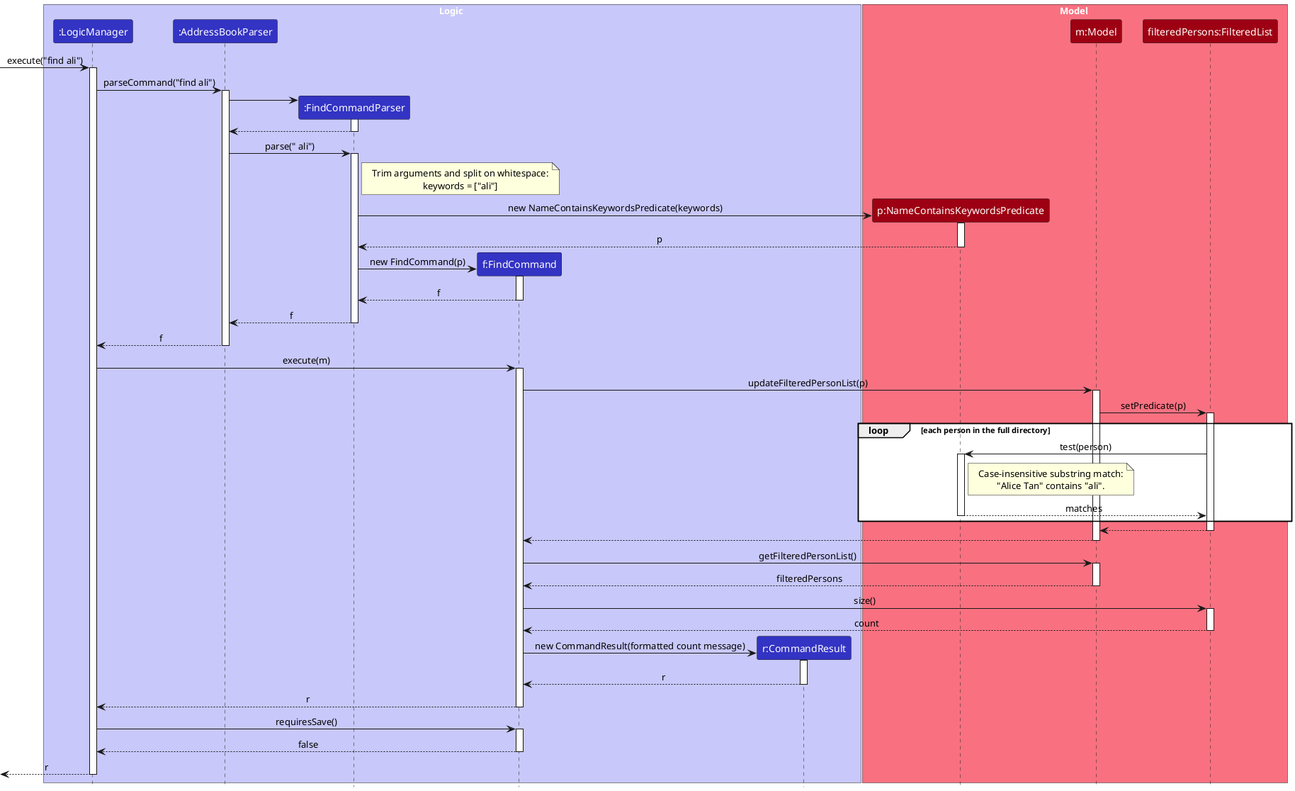
Before: docs/images/FindSequenceDiagram.png, a diagram exported from PlantUML (AY2627S1-CS2103T-T10-3/tp).
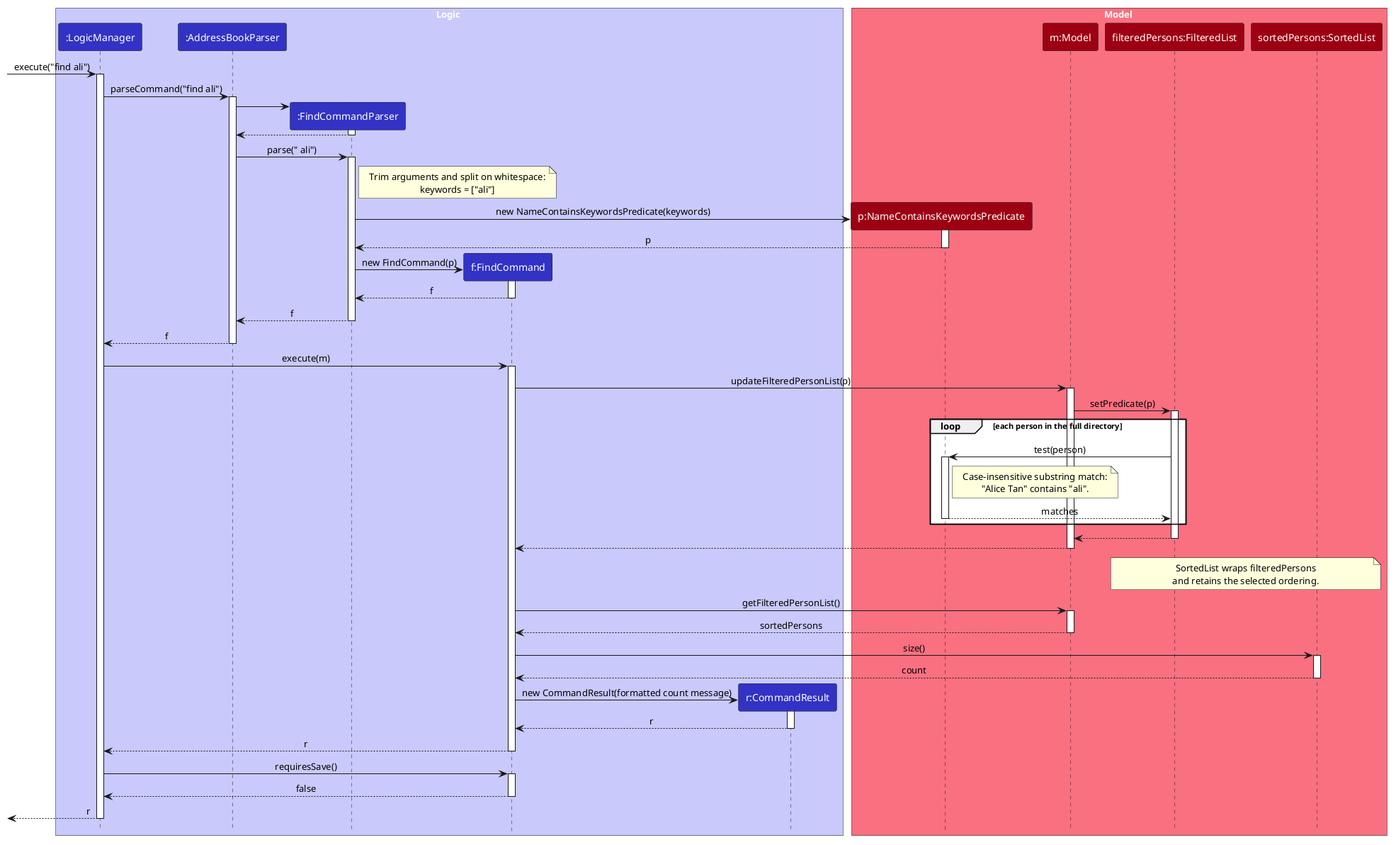
The same diagram one commit later.

Commit message:
Correct displayed list types in DG diagrams

What changed in the source:
```diff
@@ -14,6 +14,7 @@
 participant "p:NameContainsKeywordsPredicate" as Predicate MODEL_COLOR
 participant "m:Model" as Model MODEL_COLOR
 participant "filteredPersons:FilteredList" as FilteredList MODEL_COLOR
+participant "sortedPersons:SortedList" as SortedList MODEL_COLOR
 end box
 
 [-> LogicManager : execute("find ali")
@@ -71,14 +72,19 @@
 Model --> FindCommand
 deactivate Model
 
+note over FilteredList, SortedList
+SortedList wraps filteredPersons
+and retains the selected ordering.
+end note
+
 FindCommand -> Model : getFilteredPersonList()
 activate Model
-Model --> FindCommand : filteredPersons
+Model --> FindCommand : sortedPersons
 deactivate Model
-FindCommand -> FilteredList : size()
-activate FilteredList
-FilteredList --> FindCommand : count
-deactivate FilteredList
+FindCommand -> SortedList : size()
+activate SortedList
+SortedList --> FindCommand : count
+deactivate SortedList
 
 create CommandResult
 FindCommand -> CommandResult : new CommandResult(formatted count message)
```
